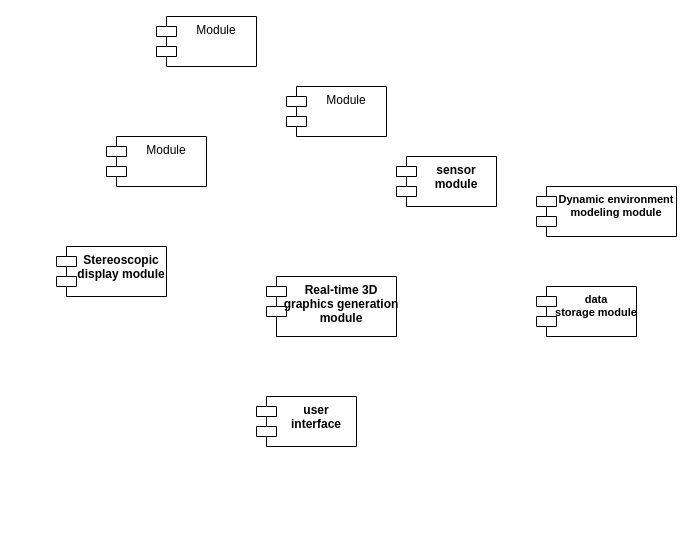
Before: C/component Diagram.drawio in Lemondia/awesome-JLU-CS-Course, a draw.io diagram. Source tidied: cells renumbered, new cells numbered last; positions are measured from the earlier drawing's top-left corner, leaving out a move shared by most shapes. Both pictures are drawn from the tidied source at 100%, with x=0, y=0 at pixel (56, 16).
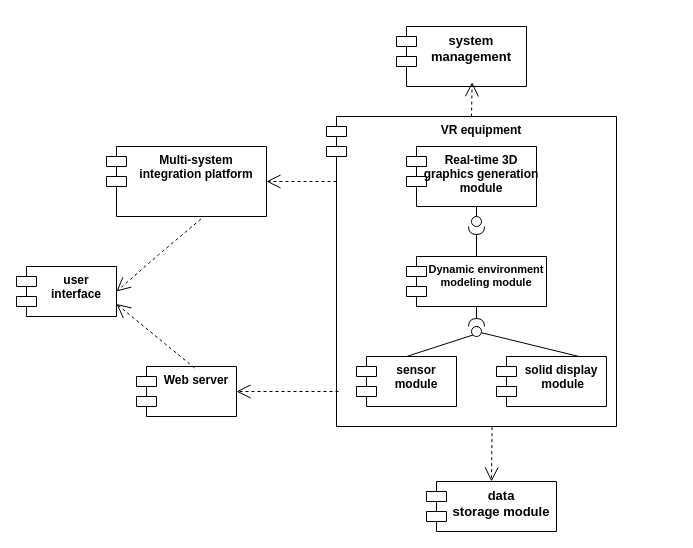
The same page after the edit.

What changed in the source:
```diff
@@
-    <mxCell id="2" value="Module" style="shape=module;align=left;spacingLeft=20;align=center;verticalAlign=top;" parent="1" vertex="1">
-      <mxGeometry x="50" y="120" width="100" height="50" as="geometry" />
+    <mxCell id="2" value="VR equipment" style="shape=module;align=left;spacingLeft=20;align=center;verticalAlign=top;fontStyle=1;" parent="1" vertex="1">
+      <mxGeometry x="270" y="100" width="290" height="310" as="geometry" />
     </mxCell>
-    <mxCell id="3" value="Module" style="shape=module;align=left;spacingLeft=20;align=center;verticalAlign=top;" parent="1" vertex="1">
-      <mxGeometry x="230" y="70" width="100" height="50" as="geometry" />
+    <mxCell id="3" value="Web server" style="shape=module;align=left;spacingLeft=20;align=center;verticalAlign=top;fontStyle=1;" parent="1" vertex="1">
+      <mxGeometry x="80" y="350" width="100" height="50" as="geometry" />
     </mxCell>
     <mxCell id="4" value="Dynamic environment &#10;modeling module" style="shape=module;align=left;spacingLeft=20;align=center;verticalAlign=top;fontSize=11;fontStyle=1;" parent="1" vertex="1">
-      <mxGeometry x="480" y="170" width="140" height="50" as="geometry" />
+      <mxGeometry x="350" y="240" width="140" height="50" as="geometry" />
     </mxCell>
     <mxCell id="5" value="Real-time 3D &#10;graphics generation&#10;module" style="shape=module;align=left;spacingLeft=20;align=center;verticalAlign=top;fontStyle=1;" parent="1" vertex="1">
-      <mxGeometry x="210" y="260" width="130" height="60" as="geometry" />
+      <mxGeometry x="350" y="130" width="130" height="60" as="geometry" />
     </mxCell>
     <mxCell id="6" value="sensor&#10;module" style="shape=module;align=left;spacingLeft=20;align=center;verticalAlign=top;fontStyle=1;" parent="1" vertex="1">
-      <mxGeometry x="340" y="140" width="100" height="50" as="geometry" />
+      <mxGeometry x="300" y="340" width="100" height="50" as="geometry" />
     </mxCell>
-    <mxCell id="7" value="data&#10;storage module" style="shape=module;align=left;spacingLeft=20;align=center;verticalAlign=top;fontSize=11;fontStyle=1;" parent="1" vertex="1">
-      <mxGeometry x="480" y="270" width="100" height="50" as="geometry" />
+    <mxCell id="7" value="data&#10;storage module" style="shape=module;align=left;spacingLeft=20;align=center;verticalAlign=top;fontSize=13;fontStyle=1;" parent="1" vertex="1">
+      <mxGeometry x="370" y="465" width="130" height="50" as="geometry" />
     </mxCell>
     <mxCell id="8" value="user&#10;interface&#10;" style="shape=module;align=left;spacingLeft=20;align=center;verticalAlign=top;fontStyle=1;" parent="1" vertex="1">
-      <mxGeometry x="200" y="380" width="100" height="50" as="geometry" />
+      <mxGeometry x="-40" y="250" width="100" height="50" as="geometry" />
     </mxCell>
-    <mxCell id="9" value="Stereoscopic&#10;display module" style="shape=module;align=left;spacingLeft=20;align=center;verticalAlign=top;fontStyle=1;" parent="1" vertex="1">
-      <mxGeometry y="230" width="110" height="50" as="geometry" />
+    <mxCell id="9" value="solid display&#10; module" style="shape=module;align=left;spacingLeft=20;align=center;verticalAlign=top;fontStyle=1;" parent="1" vertex="1">
+      <mxGeometry x="440" y="340" width="110" height="50" as="geometry" />
     </mxCell>
-    <mxCell id="10" value="Module" style="shape=module;align=left;spacingLeft=20;align=center;verticalAlign=top;" parent="1" vertex="1">
-      <mxGeometry x="100" width="100" height="50" as="geometry" />
+    <mxCell id="10" value="Multi-system &#10;integration platform" style="shape=module;align=left;spacingLeft=20;align=center;verticalAlign=top;fontStyle=1;" parent="1" vertex="1">
+      <mxGeometry x="50" y="130" width="160" height="70" as="geometry" />
     </mxCell>
+    <mxCell id="11" style="rounded=0;jettySize=auto;html=1;endArrow=none;endFill=0;startArrow=none;" parent="1" edge="1" source="13">
+      <mxGeometry relative="1" as="geometry">
+        <mxPoint x="420" y="210" as="targetPoint" />
+      </mxGeometry>
+    </mxCell>
+    <mxCell id="12" style="rounded=0;jettySize=auto;html=1;endArrow=halfCircle;endFill=0;endSize=6;strokeWidth=1;exitX=0.5;exitY=0;exitDx=0;exitDy=0;" parent="1" edge="1" source="4">
+      <mxGeometry relative="1" as="geometry">
+        <mxPoint x="420" y="210" as="targetPoint" />
+      </mxGeometry>
+    </mxCell>
+    <mxCell id="13" style="ellipse;whiteSpace=wrap;html=1;" parent="1" vertex="1">
+      <mxGeometry x="415" y="200" width="10" height="10" as="geometry" />
+    </mxCell>
+    <mxCell id="14" style="rounded=0;jettySize=auto;html=1;endArrow=none;endFill=0;" parent="1" edge="1" target="13">
+      <mxGeometry relative="1" as="geometry">
+        <mxPoint x="420" y="190" as="sourcePoint" />
+      </mxGeometry>
+    </mxCell>
+    <mxCell id="15" style="rounded=0;jettySize=auto;html=1;endArrow=none;endFill=0;exitX=0.5;exitY=0;exitDx=0;exitDy=0;entryX=0.86;entryY=0.62;entryDx=0;entryDy=0;entryPerimeter=0;" parent="1" edge="1" source="6" target="18">
+      <mxGeometry relative="1" as="geometry" />
+    </mxCell>
+    <mxCell id="16" style="rounded=0;jettySize=auto;html=1;endArrow=halfCircle;endFill=0;endSize=6;strokeWidth=1;exitX=0.5;exitY=1;exitDx=0;exitDy=0;" parent="1" edge="1" source="4">
+      <mxGeometry relative="1" as="geometry">
+        <mxPoint x="420" y="310" as="targetPoint" />
+      </mxGeometry>
+    </mxCell>
+    <mxCell id="17" style="endArrow=none;html=1;entryX=0.75;entryY=0;entryDx=0;entryDy=0;startArrow=none;" parent="1" edge="1" source="18" target="9">
+      <mxGeometry relative="1" as="geometry" />
+    </mxCell>
+    <mxCell id="18" style="ellipse;whiteSpace=wrap;html=1;fontFamily=Helvetica;fontSize=12;fontColor=#000000;align=center;strokeColor=#000000;fillColor=#ffffff;points=[];" parent="1" vertex="1">
+      <mxGeometry x="415" y="310" width="10" height="10" as="geometry" />
+    </mxCell>
+    <mxCell id="19" style="endArrow=none;html=1;entryX=0.75;entryY=0;entryDx=0;entryDy=0;" parent="1" edge="1" target="18">
+      <mxGeometry relative="1" as="geometry">
+        <mxPoint x="420" y="310" as="sourcePoint" />
+      </mxGeometry>
+    </mxCell>
+    <mxCell id="20" style="endArrow=open;endSize=12;dashed=1;html=1;fontSize=13;entryX=0.5;entryY=0;entryDx=0;entryDy=0;exitX=0.571;exitY=1.002;exitDx=0;exitDy=0;exitPerimeter=0;" parent="1" edge="1" source="2" target="7">
+      <mxGeometry relative="1" as="geometry" />
+    </mxCell>
+    <mxCell id="21" style="endArrow=open;endSize=12;dashed=1;html=1;fontSize=13;entryX=1;entryY=0.5;entryDx=0;entryDy=0;" parent="1" edge="1" target="10">
+      <mxGeometry relative="1" as="geometry">
+        <mxPoint x="280" y="165" as="sourcePoint" />
+      </mxGeometry>
+    </mxCell>
+    <mxCell id="22" style="endArrow=open;endSize=12;dashed=1;html=1;fontSize=13;entryX=1;entryY=0.5;entryDx=0;entryDy=0;" parent="1" edge="1" target="3">
+      <mxGeometry relative="1" as="geometry">
+        <mxPoint x="282" y="375" as="sourcePoint" />
+      </mxGeometry>
+    </mxCell>
+    <mxCell id="23" value="system &#10;management" style="shape=module;align=left;spacingLeft=20;align=center;verticalAlign=top;fontSize=13;fontStyle=1;" parent="1" vertex="1">
+      <mxGeometry x="340" y="10" width="130" height="60" as="geometry" />
+    </mxCell>
+    <mxCell id="24" style="endArrow=open;endSize=12;dashed=1;html=1;fontSize=13;exitX=0.5;exitY=0;exitDx=0;exitDy=0;entryX=0.582;entryY=0.93;entryDx=0;entryDy=0;entryPerimeter=0;" parent="1" edge="1" source="2" target="23">
+      <mxGeometry relative="1" as="geometry" />
+    </mxCell>
+    <mxCell id="25" style="endArrow=open;endSize=12;dashed=1;html=1;fontSize=13;exitX=0.59;exitY=1.037;exitDx=0;exitDy=0;exitPerimeter=0;entryX=1;entryY=0.5;entryDx=0;entryDy=0;" parent="1" edge="1" source="10" target="8">
+      <mxGeometry relative="1" as="geometry">
+        <Array as="points">
+          <mxPoint x="100" y="240" />
+        </Array>
+      </mxGeometry>
+    </mxCell>
+    <mxCell id="26" style="endArrow=open;endSize=12;dashed=1;html=1;fontSize=13;exitX=0.58;exitY=0.028;exitDx=0;exitDy=0;exitPerimeter=0;entryX=1;entryY=0.75;entryDx=0;entryDy=0;" parent="1" edge="1" source="3" target="8">
+      <mxGeometry relative="1" as="geometry" />
+    </mxCell>
```
